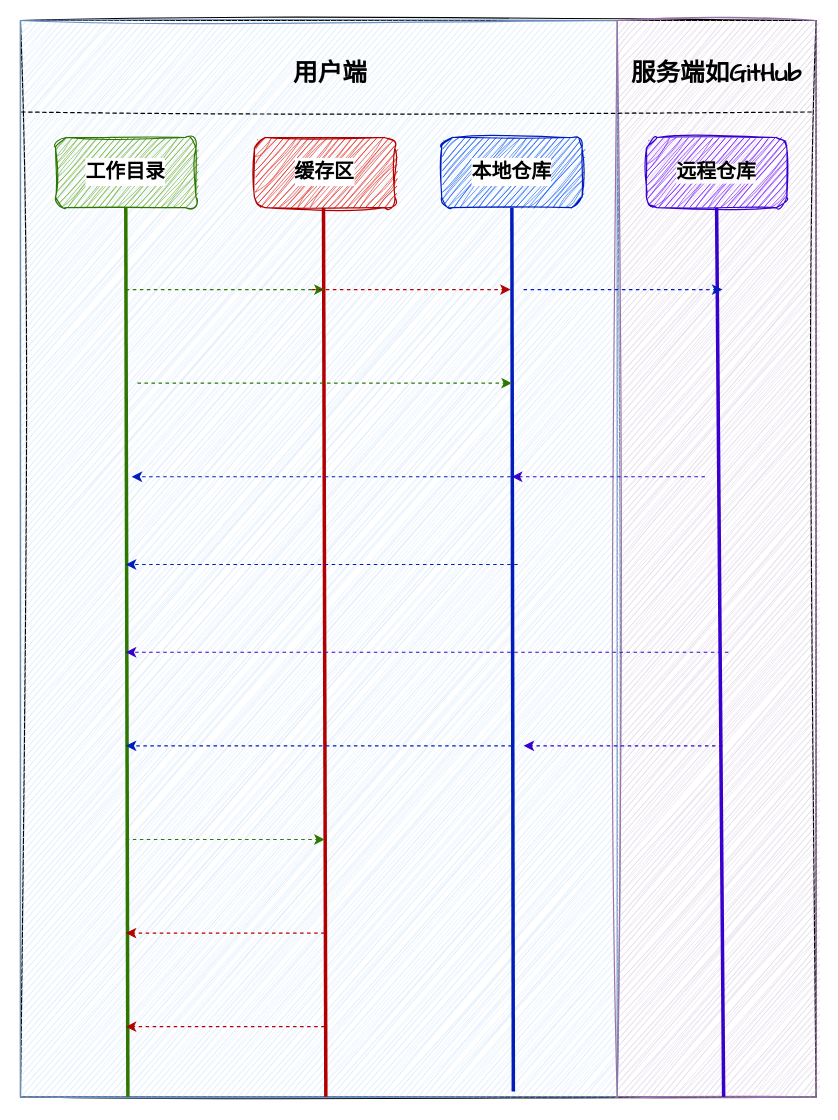
Earlier version of the draw.io diagram image-text/图解Git工作原理.drawio (Rodert/javapub_oss). Source tidied: cells renumbered, new cells numbered last; positions are measured from the earlier drawing's top-left corner, leaving out a move shared by most shapes. Both pictures are drawn from the tidied source at 117%, with x=0, y=0 at pixel (20, 20).
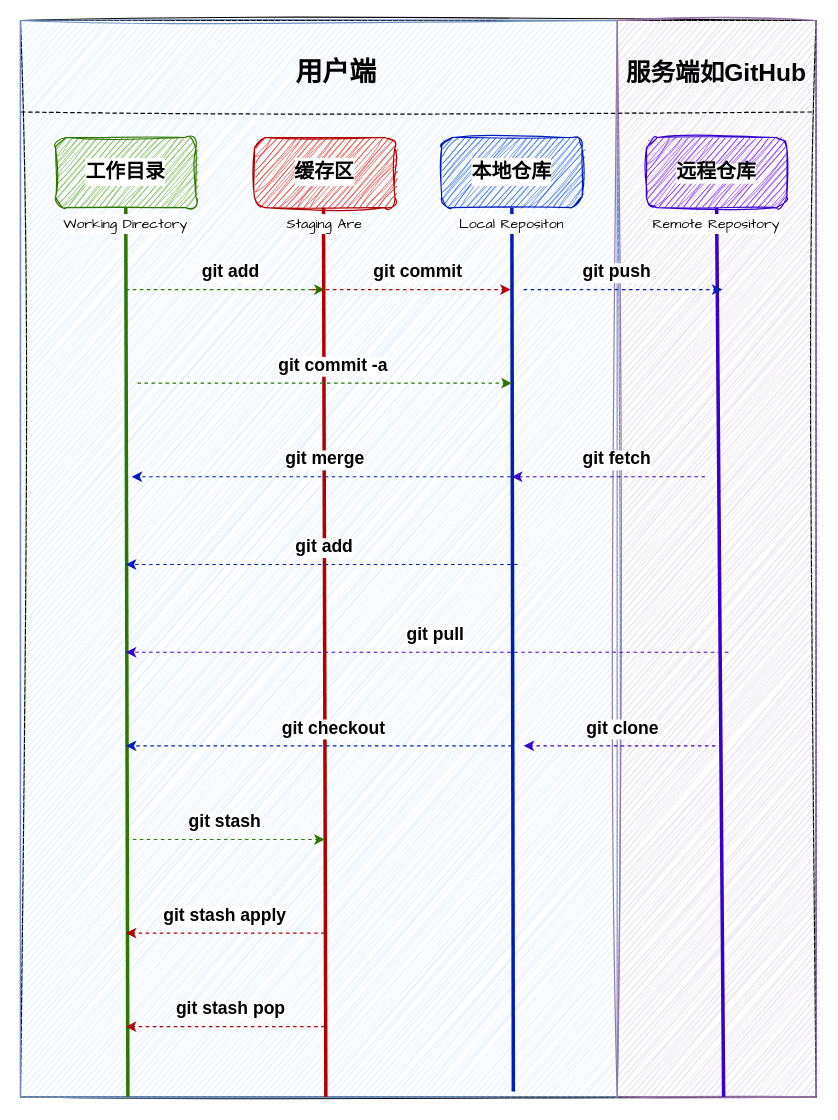
The same diagram, later.

Commit message (it also covers changes not shown here):
更新图解Git工作原理.drawio

The edit, as a diff of the source:
```diff
@@
-    <mxCell id="9" value="&lt;b&gt;&lt;font style=&quot;font-size: 21px;&quot;&gt;用户端&lt;/font&gt;&lt;/b&gt;" style="text;html=1;align=center;verticalAlign=middle;whiteSpace=wrap;rounded=0;fontFamily=Architects Daughter;" parent="1" vertex="1">
-      <mxGeometry x="210" y="30" width="110" height="30" as="geometry" />
+    <mxCell id="9" value="&lt;b&gt;&lt;font style=&quot;font-size: 23px;&quot;&gt;用户端&lt;/font&gt;&lt;/b&gt;" style="text;html=1;align=center;verticalAlign=middle;whiteSpace=wrap;rounded=0;fontFamily=Architects Daughter;" parent="1" vertex="1">
+      <mxGeometry x="210" y="30" width="120" height="30" as="geometry" />
     </mxCell>
-    <mxCell id="10" value="&lt;span style=&quot;font-size: 21px;&quot;&gt;&lt;b&gt;服务端如GitHub&lt;/b&gt;&lt;/span&gt;" style="text;html=1;align=center;verticalAlign=middle;whiteSpace=wrap;rounded=0;fontFamily=Architects Daughter;" parent="1" vertex="1">
-      <mxGeometry x="520" y="30" width="150" height="30" as="geometry" />
+    <mxCell id="10" value="&lt;span style=&quot;font-size: 21px;&quot;&gt;&lt;b&gt;&lt;font face=&quot;Helvetica&quot;&gt;服务端如GitHub&lt;/font&gt;&lt;/b&gt;&lt;/span&gt;" style="text;html=1;align=center;verticalAlign=middle;whiteSpace=wrap;rounded=0;fontFamily=Architects Daughter;" parent="1" vertex="1">
+      <mxGeometry x="510" y="30" width="170" height="30" as="geometry" />
     </mxCell>
@@
+    <mxCell id="32" value="&lt;span style=&quot;background-color: rgb(255, 255, 255);&quot;&gt;&lt;b&gt;&lt;font face=&quot;Helvetica&quot; style=&quot;font-size: 15px;&quot;&gt;git add&lt;/font&gt;&lt;/b&gt;&lt;/span&gt;" style="text;html=1;align=center;verticalAlign=middle;whiteSpace=wrap;rounded=0;fontFamily=Architects Daughter;" parent="1" vertex="1">
+      <mxGeometry x="150" y="200" width="60" height="30" as="geometry" />
+    </mxCell>
+    <mxCell id="33" value="&lt;span style=&quot;background-color: rgb(255, 255, 255);&quot;&gt;&lt;b&gt;&lt;font face=&quot;Helvetica&quot; style=&quot;font-size: 15px;&quot;&gt;git commit&lt;/font&gt;&lt;/b&gt;&lt;/span&gt;" style="text;html=1;align=center;verticalAlign=middle;whiteSpace=wrap;rounded=0;fontFamily=Architects Daughter;" parent="1" vertex="1">
+      <mxGeometry x="300" y="200" width="80" height="30" as="geometry" />
+    </mxCell>
+    <mxCell id="34" value="&lt;span style=&quot;background-color: rgb(255, 255, 255);&quot;&gt;&lt;b&gt;&lt;font face=&quot;Helvetica&quot; style=&quot;font-size: 15px;&quot;&gt;git push&lt;/font&gt;&lt;/b&gt;&lt;/span&gt;" style="text;html=1;align=center;verticalAlign=middle;whiteSpace=wrap;rounded=0;fontFamily=Architects Daughter;" parent="1" vertex="1">
+      <mxGeometry x="470" y="200" width="80" height="30" as="geometry" />
+    </mxCell>
+    <mxCell id="35" value="&lt;span style=&quot;background-color: rgb(255, 255, 255);&quot;&gt;&lt;b&gt;&lt;font face=&quot;Helvetica&quot; style=&quot;font-size: 15px;&quot;&gt;git commit -a&lt;/font&gt;&lt;/b&gt;&lt;/span&gt;" style="text;html=1;align=center;verticalAlign=middle;whiteSpace=wrap;rounded=0;fontFamily=Architects Daughter;" parent="1" vertex="1">
+      <mxGeometry x="210" y="280" width="115" height="30" as="geometry" />
+    </mxCell>
+    <mxCell id="36" value="&lt;span style=&quot;background-color: rgb(255, 255, 255);&quot;&gt;&lt;b&gt;&lt;font face=&quot;Helvetica&quot; style=&quot;font-size: 15px;&quot;&gt;git merge&lt;/font&gt;&lt;/b&gt;&lt;/span&gt;" style="text;html=1;align=center;verticalAlign=middle;whiteSpace=wrap;rounded=0;fontFamily=Architects Daughter;" parent="1" vertex="1">
+      <mxGeometry x="217.5" y="360" width="85" height="30" as="geometry" />
+    </mxCell>
+    <mxCell id="37" value="&lt;span style=&quot;background-color: rgb(255, 255, 255);&quot;&gt;&lt;b&gt;&lt;font face=&quot;Helvetica&quot; style=&quot;font-size: 15px;&quot;&gt;git fetch&lt;/font&gt;&lt;/b&gt;&lt;/span&gt;" style="text;html=1;align=center;verticalAlign=middle;whiteSpace=wrap;rounded=0;fontFamily=Architects Daughter;" parent="1" vertex="1">
+      <mxGeometry x="470" y="360" width="80" height="30" as="geometry" />
+    </mxCell>
+    <mxCell id="38" value="&lt;span style=&quot;background-color: rgb(255, 255, 255);&quot;&gt;&lt;b&gt;&lt;font face=&quot;Helvetica&quot; style=&quot;font-size: 15px;&quot;&gt;git add&lt;/font&gt;&lt;/b&gt;&lt;/span&gt;" style="text;html=1;align=center;verticalAlign=middle;whiteSpace=wrap;rounded=0;fontFamily=Architects Daughter;" parent="1" vertex="1">
+      <mxGeometry x="230" y="435" width="60" height="30" as="geometry" />
+    </mxCell>
+    <mxCell id="39" value="&lt;span style=&quot;background-color: rgb(255, 255, 255);&quot;&gt;&lt;b&gt;&lt;font face=&quot;Helvetica&quot; style=&quot;font-size: 15px;&quot;&gt;git pull&lt;/font&gt;&lt;/b&gt;&lt;/span&gt;" style="text;html=1;align=center;verticalAlign=middle;whiteSpace=wrap;rounded=0;fontFamily=Architects Daughter;" parent="1" vertex="1">
+      <mxGeometry x="320" y="510" width="70" height="30" as="geometry" />
+    </mxCell>
+    <mxCell id="40" value="&lt;span style=&quot;background-color: rgb(255, 255, 255);&quot;&gt;&lt;b&gt;&lt;font face=&quot;Helvetica&quot; style=&quot;font-size: 15px;&quot;&gt;git checkout&lt;/font&gt;&lt;/b&gt;&lt;/span&gt;" style="text;html=1;align=center;verticalAlign=middle;whiteSpace=wrap;rounded=0;fontFamily=Architects Daughter;" parent="1" vertex="1">
+      <mxGeometry x="217.5" y="590" width="100" height="30" as="geometry" />
+    </mxCell>
+    <mxCell id="41" value="&lt;span style=&quot;background-color: rgb(255, 255, 255);&quot;&gt;&lt;b&gt;&lt;font face=&quot;Helvetica&quot; style=&quot;font-size: 15px;&quot;&gt;git clone&lt;/font&gt;&lt;/b&gt;&lt;/span&gt;" style="text;html=1;align=center;verticalAlign=middle;whiteSpace=wrap;rounded=0;fontFamily=Architects Daughter;" parent="1" vertex="1">
+      <mxGeometry x="480" y="590" width="70" height="30" as="geometry" />
+    </mxCell>
+    <mxCell id="42" value="&lt;span style=&quot;background-color: rgb(255, 255, 255);&quot;&gt;&lt;b&gt;&lt;font face=&quot;Helvetica&quot; style=&quot;font-size: 15px;&quot;&gt;git stash&lt;/font&gt;&lt;/b&gt;&lt;/span&gt;" style="text;html=1;align=center;verticalAlign=middle;whiteSpace=wrap;rounded=0;fontFamily=Architects Daughter;" parent="1" vertex="1">
+      <mxGeometry x="135" y="670" width="80" height="30" as="geometry" />
+    </mxCell>
+    <mxCell id="43" value="&lt;span style=&quot;background-color: rgb(255, 255, 255);&quot;&gt;&lt;b&gt;&lt;font face=&quot;Helvetica&quot; style=&quot;font-size: 15px;&quot;&gt;git stash apply&lt;/font&gt;&lt;/b&gt;&lt;/span&gt;" style="text;html=1;align=center;verticalAlign=middle;whiteSpace=wrap;rounded=0;fontFamily=Architects Daughter;" parent="1" vertex="1">
+      <mxGeometry x="120" y="750" width="110" height="30" as="geometry" />
+    </mxCell>
+    <mxCell id="44" value="&lt;span style=&quot;background-color: rgb(255, 255, 255);&quot;&gt;&lt;b&gt;&lt;font face=&quot;Helvetica&quot; style=&quot;font-size: 15px;&quot;&gt;git stash pop&lt;/font&gt;&lt;/b&gt;&lt;/span&gt;" style="text;html=1;align=center;verticalAlign=middle;whiteSpace=wrap;rounded=0;fontFamily=Architects Daughter;" parent="1" vertex="1">
+      <mxGeometry x="120" y="830" width="120" height="30" as="geometry" />
+    </mxCell>
+    <mxCell id="45" value="&lt;span style=&quot;background-color: rgb(255, 255, 255);&quot;&gt;Working Directory&lt;/span&gt;" style="text;html=1;align=center;verticalAlign=middle;whiteSpace=wrap;rounded=0;fontFamily=Architects Daughter;" parent="1" vertex="1">
+      <mxGeometry x="25" y="160" width="130" height="30" as="geometry" />
+    </mxCell>
+    <mxCell id="46" value="&lt;span style=&quot;background-color: rgb(255, 255, 255);&quot;&gt;Staging Are&lt;/span&gt;" style="text;html=1;align=center;verticalAlign=middle;whiteSpace=wrap;rounded=0;fontFamily=Architects Daughter;" parent="1" vertex="1">
+      <mxGeometry x="195" y="160" width="130" height="30" as="geometry" />
+    </mxCell>
+    <mxCell id="47" value="&lt;span style=&quot;background-color: rgb(255, 255, 255);&quot;&gt;Local Repositon&lt;/span&gt;" style="text;html=1;align=center;verticalAlign=middle;whiteSpace=wrap;rounded=0;fontFamily=Architects Daughter;" parent="1" vertex="1">
+      <mxGeometry x="355" y="160" width="130" height="30" as="geometry" />
+    </mxCell>
+    <mxCell id="48" value="&lt;span style=&quot;background-color: rgb(255, 255, 255);&quot;&gt;Remote Repository&lt;/span&gt;" style="text;html=1;align=center;verticalAlign=middle;whiteSpace=wrap;rounded=0;fontFamily=Architects Daughter;" parent="1" vertex="1">
+      <mxGeometry x="530" y="160" width="130" height="30" as="geometry" />
+    </mxCell>
```
